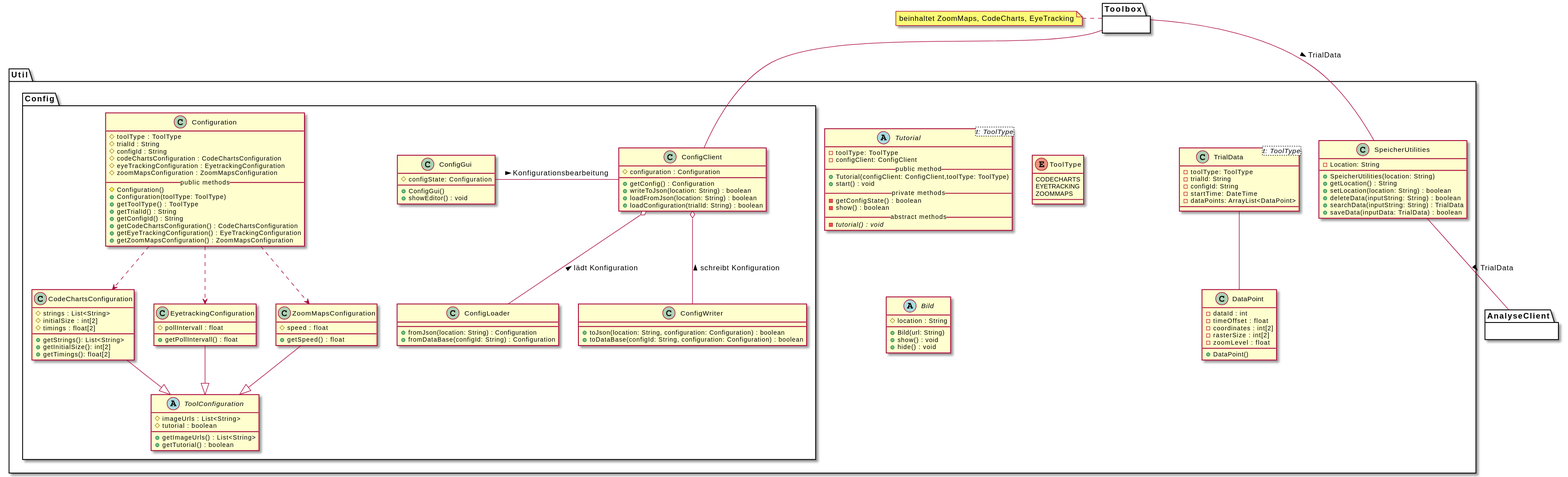
Earlier version of the PlantUML export uml-class/util/util.svg (weichware-10/dokumente).
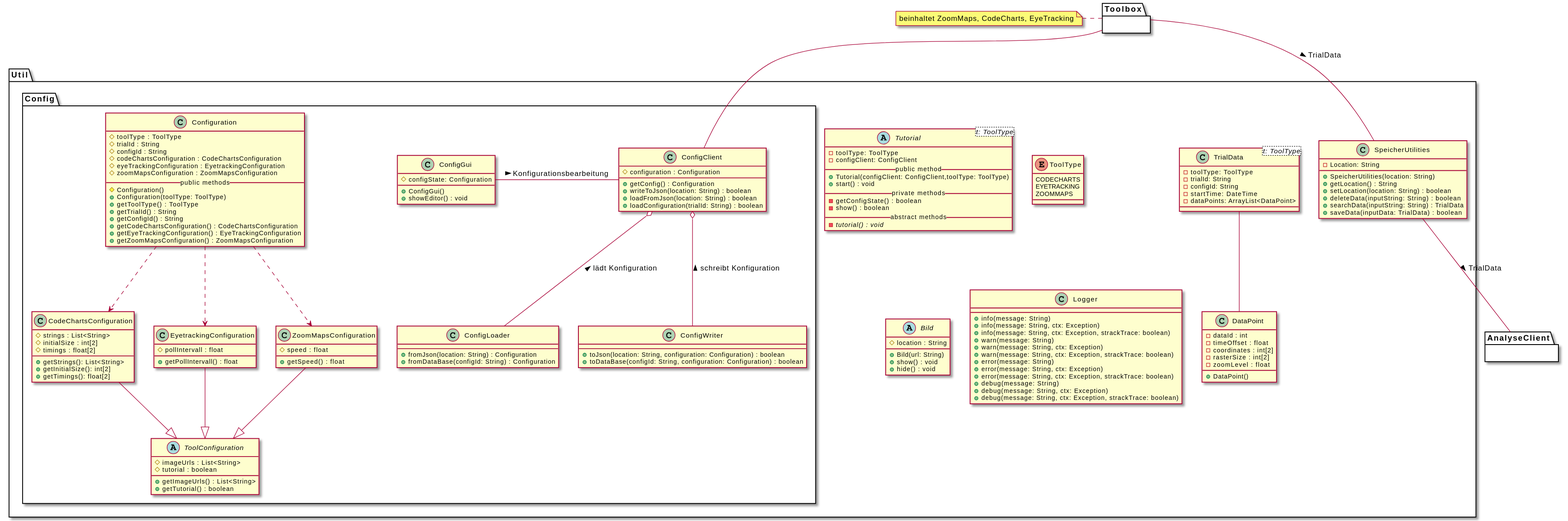
Above is the later version.

Commit message:
[chore] rendered SVGs

Change to the diagram source:
```diff
@@ -142,6 +142,21 @@
         + saveData(inputData: TrialData) : boolean
     }
 
+    class Logger {
+        + info(message: String)
+        + info(message: String, ctx: Exception)
+        + info(message: String, ctx: Exception, strackTrace: boolean)
+        + warn(message: String)
+        + warn(message: String, ctx: Exception)
+        + warn(message: String, ctx: Exception, strackTrace: boolean)
+        + error(message: String)
+        + error(message: String, ctx: Exception)
+        + error(message: String, ctx: Exception, strackTrace: boolean)
+        + debug(message: String)
+        + debug(message: String, ctx: Exception)
+        + debug(message: String, ctx: Exception, strackTrace: boolean)
+    }
+
 
 }
 ConfigClient -u- Toolbox
```
